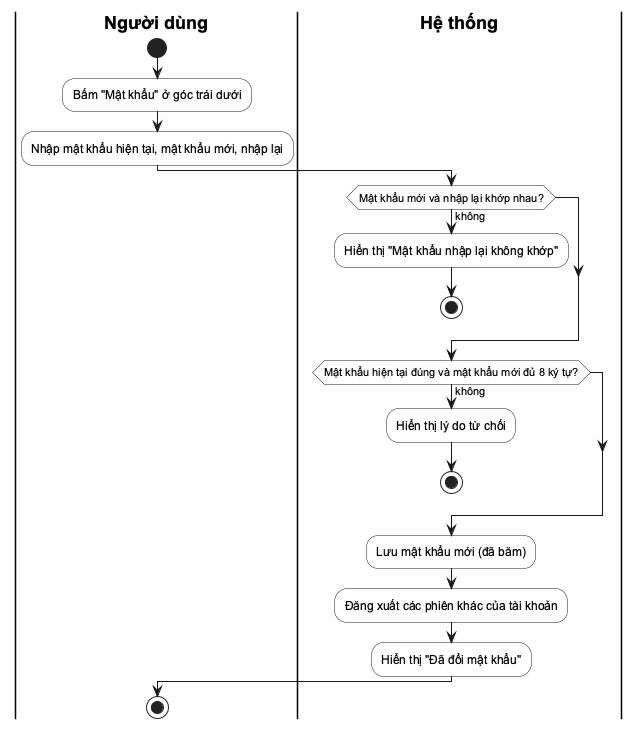
Above: docs/uml/act02_doi_mat_khau.png in khoiln218/ThuVienMini (PlantUML), before the change.
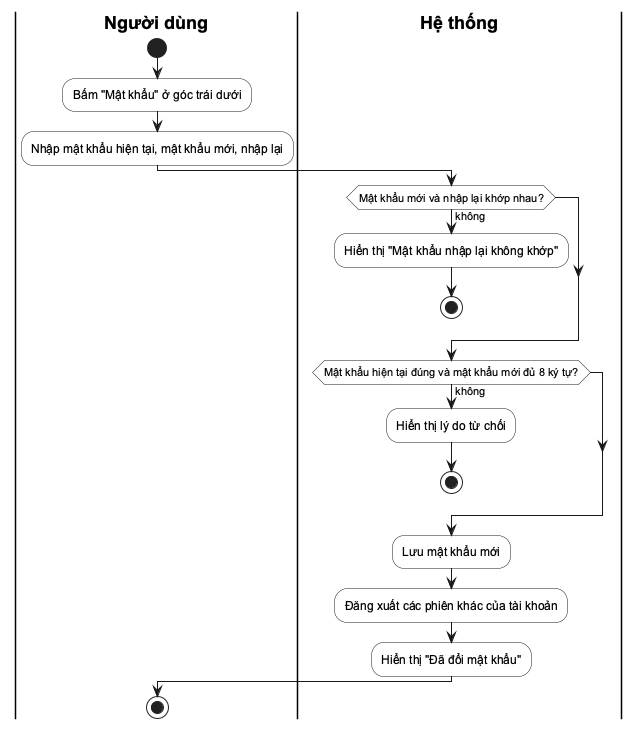
After the commit.

The edit, as a diff of the source:
```diff
@@ -16,7 +16,7 @@
   :Hiển thị lý do từ chối;
   stop
 endif
-:Lưu mật khẩu mới (đã băm);
+:Lưu mật khẩu mới;
 :Đăng xuất các phiên khác của tài khoản;
 :Hiển thị "Đã đổi mật khẩu";
 |Người dùng|
```
